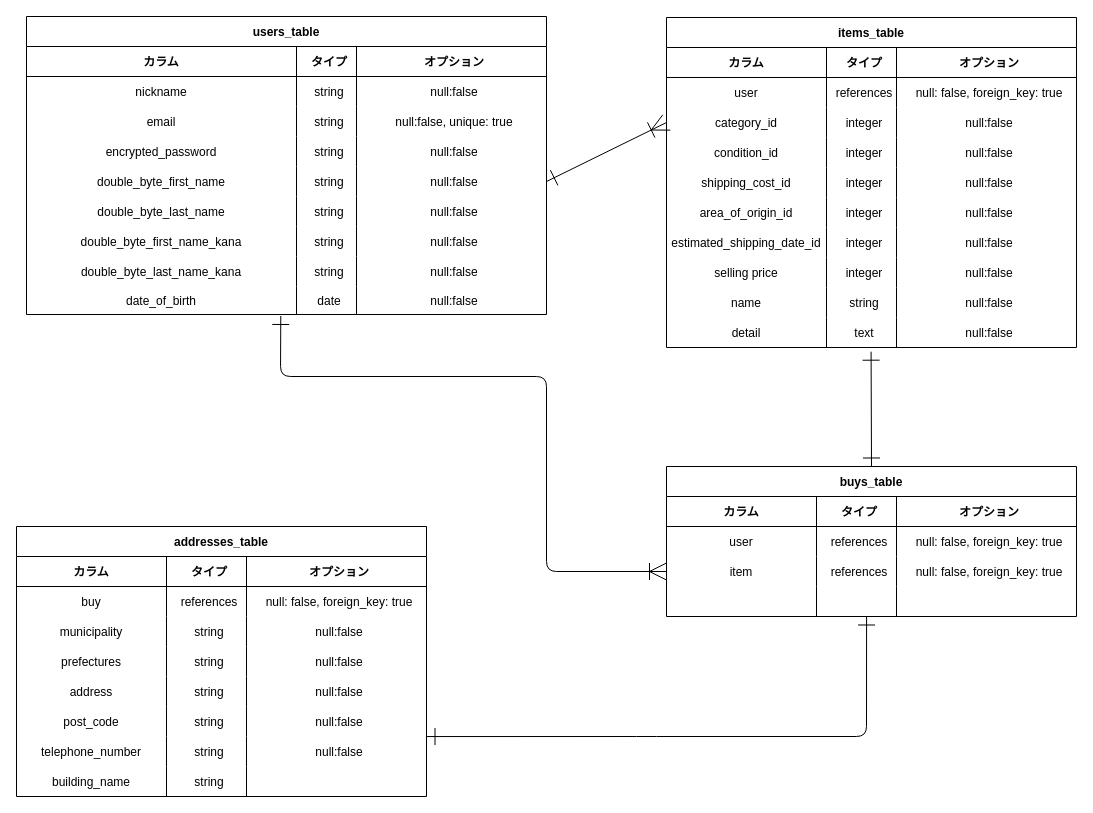
island0702/furima-39097 keeps this draw.io diagram as furima.dio. Above is the earlier version. Source tidied: cells renumbered, new cells numbered last; positions are measured from the earlier drawing's top-left corner, leaving out a move shared by most shapes. Both pictures are drawn from the tidied source at 100%, with x=0, y=0 at pixel (16, 16).
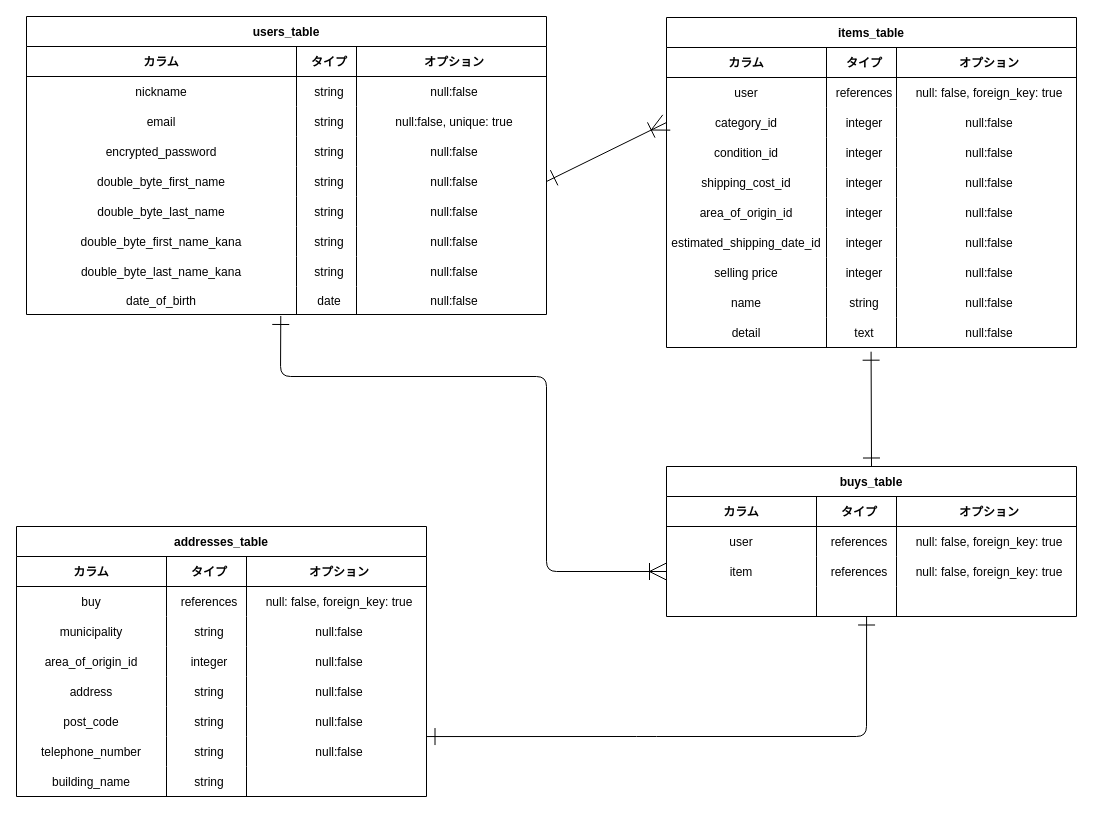
The same page after the edit.

Unchanged cells that the change refers to:
```xml
<mxCell id="55" style="shape=tableRow;horizontal=0;startSize=0;swimlaneHead=0;swimlaneBody=0;fillColor=none;top=0;left=0;right=0;bottom=0;" parent="42" vertex="1">
  <mxGeometry y="120" width="410" height="30" as="geometry" />
</mxCell>
```

Diff of the diagram source:
```diff
@@
-    <mxCell id="56" value="prefectures" style="shape=partialRectangle;fillColor=none;top=0;left=0;bottom=0;right=0;overflow=hidden;align=center;" parent="55" vertex="1">
+    <mxCell id="56" value="area_of_origin_id" style="shape=partialRectangle;fillColor=none;top=0;left=0;bottom=0;right=0;overflow=hidden;align=center;" parent="55" vertex="1">
       <mxGeometry width="150" height="30" as="geometry" />
     </mxCell>
-    <mxCell id="57" value="string" style="shape=partialRectangle;fillColor=none;top=0;left=0;bottom=0;right=0;align=center;spacingLeft=6;overflow=hidden;" parent="55" vertex="1">
+    <mxCell id="57" value="integer" style="shape=partialRectangle;fillColor=none;top=0;left=0;bottom=0;right=0;align=center;spacingLeft=6;overflow=hidden;" parent="55" vertex="1">
       <mxGeometry x="150" width="80" height="30" as="geometry" />
     </mxCell>
```
